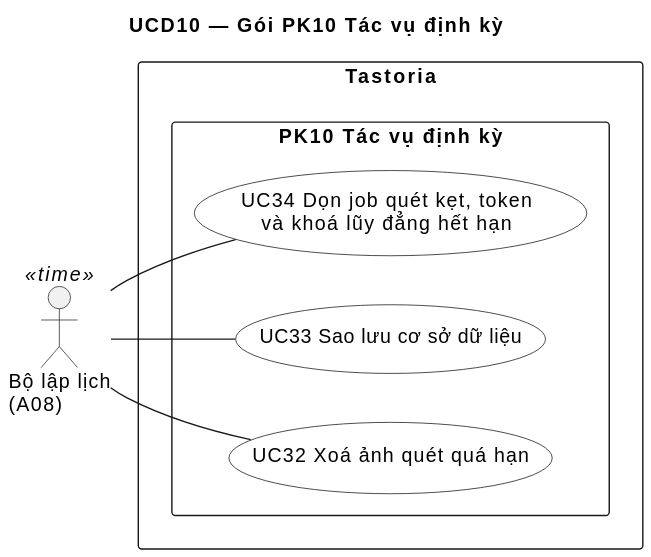
Earlier version of the PlantUML export docs/uml/out/usecase/UCD10-tac-vu-dinh-ky.svg (NamBuw/Tastoria). Its diagram source:
```plantuml
@startuml
title UCD10 — Gói PK10 Tác vụ định kỳ
left to right direction
skinparam packageStyle rectangle
skinparam actorStyle stick
skinparam usecase {
  BackgroundColor White
  BorderColor Black
}

actor "Bộ lập lịch\n(A08)" as A08 <<time>>

rectangle "Tastoria" {
  package "PK10 Tác vụ định kỳ" as PK10 {
    usecase "UC32 Xoá ảnh quét quá hạn" as UC32
    usecase "UC33 Sao lưu cơ sở dữ liệu" as UC33
    usecase "UC34 Dọn job quét kẹt, token\nvà khoá lũy đẳng hết hạn" as UC34
  }
}

A08 -- UC32
A08 -- UC33
A08 -- UC34
@enduml
```
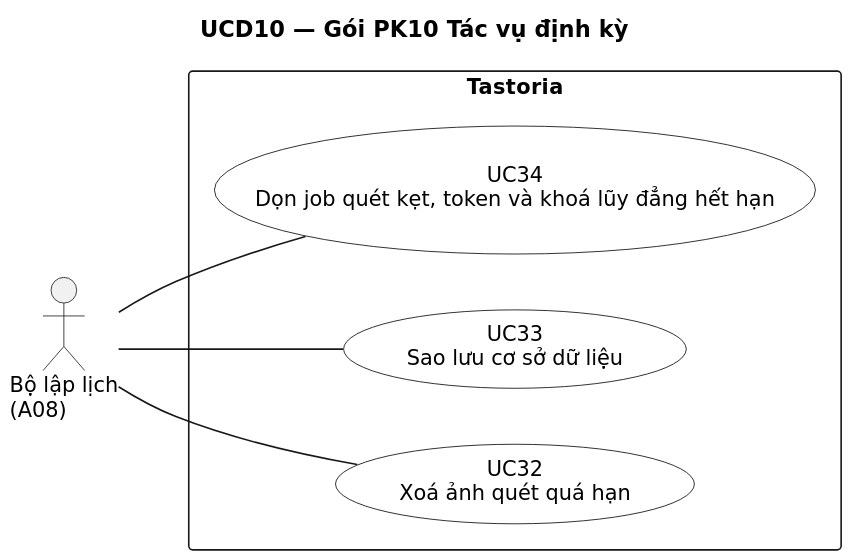
Later version of the same file.

What changed in the source:
```diff
@@ -1,5 +1,10 @@
 @startuml
 title UCD10 — Gói PK10 Tác vụ định kỳ
+skinparam shadowing false
+skinparam defaultFontName DejaVu Sans
+skinparam defaultFontSize 13
+skinparam dpi 110
+
 left to right direction
 skinparam packageStyle rectangle
 skinparam actorStyle stick
@@ -8,14 +13,11 @@
   BorderColor Black
 }
 
-actor "Bộ lập lịch\n(A08)" as A08 <<time>>
-
+actor "Bộ lập lịch\n(A08)" as A08
 rectangle "Tastoria" {
-  package "PK10 Tác vụ định kỳ" as PK10 {
-    usecase "UC32 Xoá ảnh quét quá hạn" as UC32
-    usecase "UC33 Sao lưu cơ sở dữ liệu" as UC33
-    usecase "UC34 Dọn job quét kẹt, token\nvà khoá lũy đẳng hết hạn" as UC34
-  }
+  usecase "UC32\nXoá ảnh quét quá hạn" as UC32
+  usecase "UC33\nSao lưu cơ sở dữ liệu" as UC33
+  usecase "UC34\nDọn job quét kẹt, token và khoá lũy đẳng hết hạn" as UC34
 }
 
 A08 -- UC32
```
